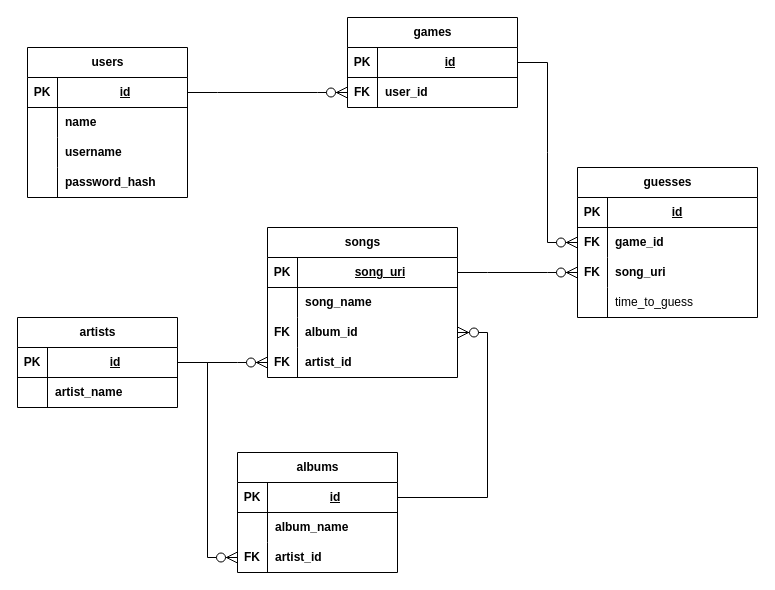
The draw.io diagram notes/pulseRDB.drawio in drs0057/Pulse, before the edit. Source tidied: cells renumbered, new cells numbered last; positions are measured from the earlier drawing's top-left corner, leaving out a move shared by most shapes. Both pictures are drawn from the tidied source at 100%, with x=0, y=0 at pixel (17, 17).
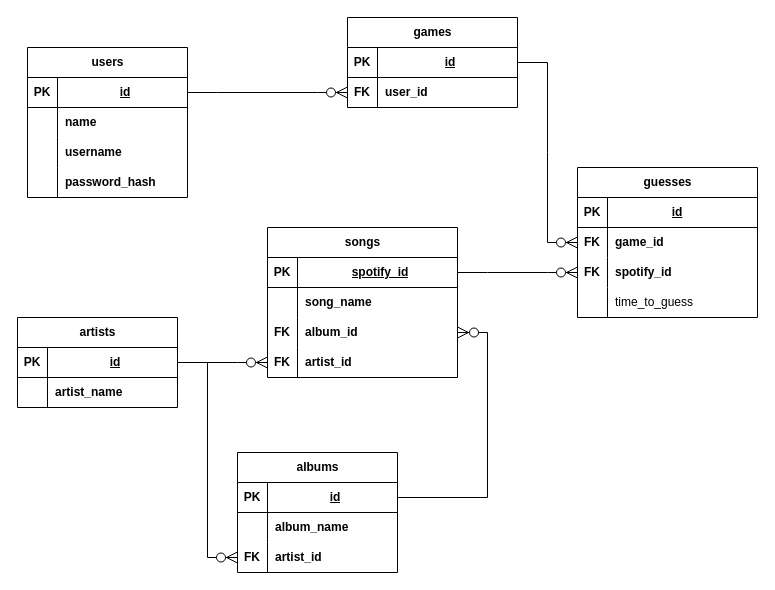
The same diagram, later.

Commit message:
changed song primary key

The change refers to these unchanged cells:
```xml
<mxCell id="3" style="shape=tableRow;horizontal=0;startSize=0;swimlaneHead=0;swimlaneBody=0;fillColor=none;points=[[0,0.5],[1,0.5]];portConstraint=eastwest;top=0;left=0;right=0;bottom=1;" parent="2" vertex="1">
  <mxGeometry y="30" width="190" height="30" as="geometry" />
</mxCell>
<mxCell id="59" style="shape=tableRow;horizontal=0;startSize=0;swimlaneHead=0;swimlaneBody=0;fillColor=none;points=[[0,0.5],[1,0.5]];portConstraint=eastwest;top=0;left=0;right=0;bottom=0;" parent="52" vertex="1">
  <mxGeometry y="90" width="180" height="30" as="geometry" />
</mxCell>
```

What changed in the source:
```diff
@@
-    <mxCell id="5" value="song_uri" style="shape=partialRectangle;fillColor=none;top=0;left=0;bottom=0;right=0;align=center;spacingLeft=6;fontStyle=5;overflow=hidden;whiteSpace=wrap;html=1;" parent="3" vertex="1">
+    <mxCell id="5" value="spotify_id" style="shape=partialRectangle;fillColor=none;top=0;left=0;bottom=0;right=0;align=center;spacingLeft=6;fontStyle=5;overflow=hidden;whiteSpace=wrap;html=1;" parent="3" vertex="1">
       <mxGeometry x="30" width="160" height="30" as="geometry" />
     </mxCell>
@@
-    <mxCell id="61" value="&lt;b&gt;song_uri&lt;/b&gt;" style="shape=partialRectangle;fillColor=none;top=0;left=0;bottom=0;right=0;align=left;spacingLeft=6;overflow=hidden;whiteSpace=wrap;html=1;" parent="59" vertex="1">
+    <mxCell id="61" value="&lt;b&gt;spotify_id&lt;/b&gt;" style="shape=partialRectangle;fillColor=none;top=0;left=0;bottom=0;right=0;align=left;spacingLeft=6;overflow=hidden;whiteSpace=wrap;html=1;" parent="59" vertex="1">
       <mxGeometry x="30" width="150" height="30" as="geometry" />
     </mxCell>
```
